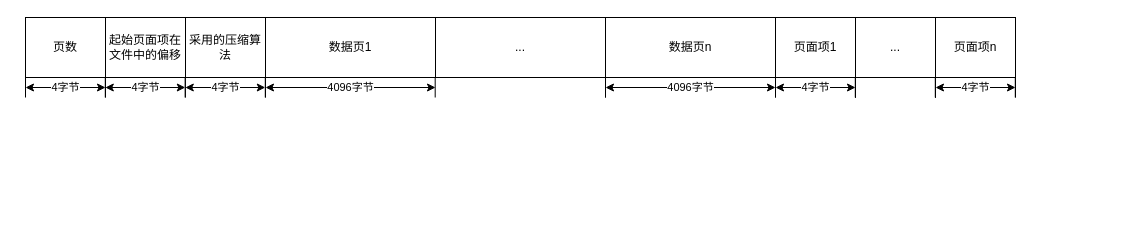
Earlier version of the draw.io diagram 支持透明压缩的文件格式.drawio (gokucai/drawio_repo). Source tidied: cells renumbered, new cells numbered last; positions are measured from the earlier drawing's top-left corner, leaving out a move shared by most shapes. Both pictures are drawn from the tidied source at 100%, with x=0, y=0 at pixel (25, 17).
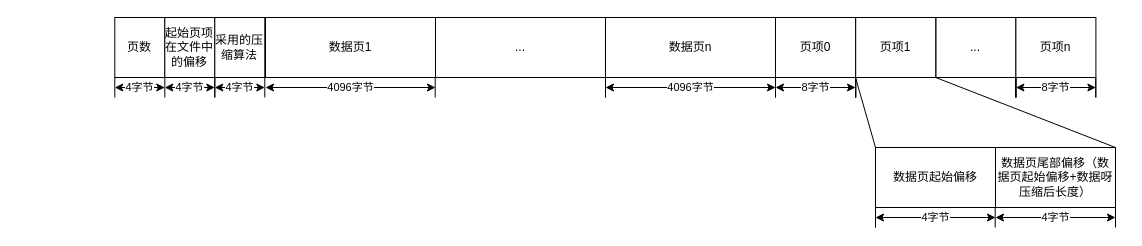
After the change.

Commit message (it also covers changes not shown here):
更新支持透明压缩的文件格式.drawio

Diff of the diagram source:
```diff
@@
     <mxCell id="2" value="页数" style="rounded=0;whiteSpace=wrap;html=1;" parent="1" vertex="1">
-      <mxGeometry width="80" height="60" as="geometry" />
+      <mxGeometry x="89.3" width="50" height="60" as="geometry" />
     </mxCell>
-    <mxCell id="3" value="起始页面项在&lt;br&gt;文件中的偏移" style="rounded=0;whiteSpace=wrap;html=1;" parent="1" vertex="1">
-      <mxGeometry x="80" width="80" height="60" as="geometry" />
-    </mxCell>
-    <mxCell id="4" value="采用的压缩算法" style="rounded=0;whiteSpace=wrap;html=1;" parent="1" vertex="1">
-      <mxGeometry x="160" width="80" height="60" as="geometry" />
-    </mxCell>
@@
     <mxCell id="6" style="endArrow=none;html=1;rounded=0;" parent="1" edge="1">
       <mxGeometry relative="1" as="geometry">
-        <mxPoint y="80" as="sourcePoint" />
-        <mxPoint y="60" as="targetPoint" />
+        <mxPoint x="89.3" y="80" as="sourcePoint" />
+        <mxPoint x="89.3" y="60" as="targetPoint" />
       </mxGeometry>
     </mxCell>
-    <mxCell id="7" style="endArrow=none;html=1;rounded=0;" parent="1" edge="1">
-      <mxGeometry relative="1" as="geometry">
-        <mxPoint x="80" y="80" as="sourcePoint" />
-        <mxPoint x="80" y="60" as="targetPoint" />
-      </mxGeometry>
-    </mxCell>
     <mxCell id="8" value="4字节" style="endArrow=classic;startArrow=classic;html=1;rounded=0;" parent="1" edge="1">
       <mxGeometry relative="1" as="geometry">
-        <mxPoint y="70" as="sourcePoint" />
-        <mxPoint x="80" y="70" as="targetPoint" />
+        <mxPoint x="89.3" y="70" as="sourcePoint" />
+        <mxPoint x="139.3" y="70" as="targetPoint" />
       </mxGeometry>
     </mxCell>
-    <mxCell id="9" style="endArrow=none;html=1;rounded=0;" parent="1" edge="1">
-      <mxGeometry relative="1" as="geometry">
-        <mxPoint x="240" y="80" as="sourcePoint" />
-        <mxPoint x="240" y="60" as="targetPoint" />
-      </mxGeometry>
-    </mxCell>
@@
-    <mxCell id="16" style="endArrow=none;html=1;rounded=0;" parent="1" edge="1">
-      <mxGeometry relative="1" as="geometry">
-        <mxPoint x="79.8" y="80" as="sourcePoint" />
-        <mxPoint x="79.8" y="60" as="targetPoint" />
-      </mxGeometry>
-    </mxCell>
-    <mxCell id="17" style="endArrow=none;html=1;rounded=0;" parent="1" edge="1">
-      <mxGeometry relative="1" as="geometry">
-        <mxPoint x="159.8" y="80" as="sourcePoint" />
-        <mxPoint x="159.8" y="60" as="targetPoint" />
-      </mxGeometry>
-    </mxCell>
-    <mxCell id="18" value="4字节" style="endArrow=classic;startArrow=classic;html=1;rounded=0;" parent="1" edge="1">
-      <mxGeometry relative="1" as="geometry">
-        <mxPoint x="79.8" y="70" as="sourcePoint" />
-        <mxPoint x="159.8" y="70" as="targetPoint" />
-      </mxGeometry>
-    </mxCell>
-    <mxCell id="19" style="endArrow=none;html=1;rounded=0;" parent="1" edge="1">
-      <mxGeometry relative="1" as="geometry">
-        <mxPoint x="159.8" y="80" as="sourcePoint" />
-        <mxPoint x="159.8" y="60" as="targetPoint" />
-      </mxGeometry>
-    </mxCell>
-    <mxCell id="20" style="endArrow=none;html=1;rounded=0;" parent="1" edge="1">
-      <mxGeometry relative="1" as="geometry">
-        <mxPoint x="239.8" y="80" as="sourcePoint" />
-        <mxPoint x="239.8" y="60" as="targetPoint" />
-      </mxGeometry>
-    </mxCell>
-    <mxCell id="21" value="4字节" style="endArrow=classic;startArrow=classic;html=1;rounded=0;" parent="1" edge="1">
-      <mxGeometry relative="1" as="geometry">
-        <mxPoint x="159.8" y="70" as="sourcePoint" />
-        <mxPoint x="239.8" y="70" as="targetPoint" />
-      </mxGeometry>
-    </mxCell>
@@
-    <mxCell id="24" value="页面项1" style="rounded=0;whiteSpace=wrap;html=1;" parent="1" vertex="1">
+    <mxCell id="24" value="页项0" style="rounded=0;whiteSpace=wrap;html=1;" parent="1" vertex="1">
       <mxGeometry x="750" width="80" height="60" as="geometry" />
     </mxCell>
@@
-    <mxCell id="26" style="endArrow=none;html=1;rounded=0;" parent="1" edge="1">
-      <mxGeometry relative="1" as="geometry">
-        <mxPoint x="830" y="80" as="sourcePoint" />
-        <mxPoint x="830" y="60" as="targetPoint" />
-      </mxGeometry>
-    </mxCell>
-    <mxCell id="27" value="4字节" style="endArrow=classic;startArrow=classic;html=1;rounded=0;" parent="1" edge="1">
+    <mxCell id="27" value="8字节" style="endArrow=classic;startArrow=classic;html=1;rounded=0;" parent="1" edge="1">
       <mxGeometry relative="1" as="geometry">
         <mxPoint x="750" y="70" as="sourcePoint" />
         <mxPoint x="830" y="70" as="targetPoint" />
       </mxGeometry>
     </mxCell>
-    <mxCell id="28" style="endArrow=none;html=1;rounded=0;" parent="1" edge="1">
-      <mxGeometry relative="1" as="geometry">
-        <mxPoint x="829.8" y="80" as="sourcePoint" />
-        <mxPoint x="829.8" y="60" as="targetPoint" />
-      </mxGeometry>
-    </mxCell>
-    <mxCell id="29" style="endArrow=none;html=1;rounded=0;" parent="1" edge="1">
-      <mxGeometry relative="1" as="geometry">
-        <mxPoint x="830" y="80" as="sourcePoint" />
-        <mxPoint x="830" y="60" as="targetPoint" />
-      </mxGeometry>
-    </mxCell>
     <mxCell id="30" value="..." style="rounded=0;whiteSpace=wrap;html=1;" parent="1" vertex="1">
-      <mxGeometry x="830" width="80" height="60" as="geometry" />
+      <mxGeometry x="910.4" width="80" height="60" as="geometry" />
     </mxCell>
-    <mxCell id="31" style="endArrow=none;html=1;rounded=0;" parent="1" edge="1">
-      <mxGeometry relative="1" as="geometry">
-        <mxPoint x="830" y="80" as="sourcePoint" />
-        <mxPoint x="830" y="60" as="targetPoint" />
-      </mxGeometry>
-    </mxCell>
     <mxCell id="32" style="endArrow=none;html=1;rounded=0;" parent="1" edge="1">
       <mxGeometry relative="1" as="geometry">
-        <mxPoint x="910" y="80" as="sourcePoint" />
-        <mxPoint x="910" y="60" as="targetPoint" />
+        <mxPoint x="990.4" y="80" as="sourcePoint" />
+        <mxPoint x="990.4" y="60" as="targetPoint" />
       </mxGeometry>
     </mxCell>
     <mxCell id="33" style="endArrow=none;html=1;rounded=0;" parent="1" edge="1">
       <mxGeometry relative="1" as="geometry">
-        <mxPoint x="909.8" y="80" as="sourcePoint" />
-        <mxPoint x="909.8" y="60" as="targetPoint" />
+        <mxPoint x="990.2" y="80" as="sourcePoint" />
+        <mxPoint x="990.2" y="60" as="targetPoint" />
       </mxGeometry>
     </mxCell>
     <mxCell id="34" style="endArrow=none;html=1;rounded=0;" parent="1" edge="1">
       <mxGeometry relative="1" as="geometry">
-        <mxPoint x="910" y="80" as="sourcePoint" />
-        <mxPoint x="910" y="60" as="targetPoint" />
+        <mxPoint x="990.4" y="80" as="sourcePoint" />
+        <mxPoint x="990.4" y="60" as="targetPoint" />
       </mxGeometry>
     </mxCell>
-    <mxCell id="35" value="页面项n" style="rounded=0;whiteSpace=wrap;html=1;" parent="1" vertex="1">
-      <mxGeometry x="910" width="80" height="60" as="geometry" />
+    <mxCell id="35" value="页项n" style="rounded=0;whiteSpace=wrap;html=1;" parent="1" vertex="1">
+      <mxGeometry x="990.4" width="80" height="60" as="geometry" />
     </mxCell>
     <mxCell id="36" style="endArrow=none;html=1;rounded=0;" parent="1" edge="1">
       <mxGeometry relative="1" as="geometry">
-        <mxPoint x="910" y="80" as="sourcePoint" />
-        <mxPoint x="910" y="60" as="targetPoint" />
+        <mxPoint x="990.4" y="80" as="sourcePoint" />
+        <mxPoint x="990.4" y="60" as="targetPoint" />
       </mxGeometry>
     </mxCell>
     <mxCell id="37" style="endArrow=none;html=1;rounded=0;" parent="1" edge="1">
       <mxGeometry relative="1" as="geometry">
-        <mxPoint x="990" y="80" as="sourcePoint" />
-        <mxPoint x="990" y="60" as="targetPoint" />
+        <mxPoint x="1070.4" y="80" as="sourcePoint" />
+        <mxPoint x="1070.4" y="60" as="targetPoint" />
       </mxGeometry>
     </mxCell>
-    <mxCell id="38" value="4字节" style="endArrow=classic;startArrow=classic;html=1;rounded=0;" parent="1" edge="1">
+    <mxCell id="38" value="8字节" style="endArrow=classic;startArrow=classic;html=1;rounded=0;" parent="1" edge="1">
       <mxGeometry relative="1" as="geometry">
-        <mxPoint x="910" y="70" as="sourcePoint" />
-        <mxPoint x="990" y="70" as="targetPoint" />
+        <mxPoint x="990.4" y="70" as="sourcePoint" />
+        <mxPoint x="1070.4" y="70" as="targetPoint" />
       </mxGeometry>
     </mxCell>
     <mxCell id="39" style="endArrow=none;html=1;rounded=0;" parent="1" edge="1">
       <mxGeometry relative="1" as="geometry">
-        <mxPoint x="989.8" y="80" as="sourcePoint" />
-        <mxPoint x="989.8" y="60" as="targetPoint" />
+        <mxPoint x="1070.2" y="80" as="sourcePoint" />
+        <mxPoint x="1070.2" y="60" as="targetPoint" />
       </mxGeometry>
     </mxCell>
+    <mxCell id="40" style="endArrow=none;html=1;rounded=0;" parent="1" edge="1">
+      <mxGeometry relative="1" as="geometry">
+        <mxPoint x="830.2" y="80" as="sourcePoint" />
+        <mxPoint x="830.2" y="60" as="targetPoint" />
+      </mxGeometry>
+    </mxCell>
+    <mxCell id="41" style="endArrow=none;html=1;rounded=0;" parent="1" edge="1">
+      <mxGeometry relative="1" as="geometry">
+        <mxPoint x="830" y="80" as="sourcePoint" />
+        <mxPoint x="830" y="60" as="targetPoint" />
+      </mxGeometry>
+    </mxCell>
+    <mxCell id="42" style="endArrow=none;html=1;rounded=0;" parent="1" edge="1">
+      <mxGeometry relative="1" as="geometry">
+        <mxPoint x="830.2" y="80" as="sourcePoint" />
+        <mxPoint x="830.2" y="60" as="targetPoint" />
+      </mxGeometry>
+    </mxCell>
+    <mxCell id="43" value="页项1" style="rounded=0;whiteSpace=wrap;html=1;" parent="1" vertex="1">
+      <mxGeometry x="830.2" width="80" height="60" as="geometry" />
+    </mxCell>
+    <mxCell id="44" style="endArrow=none;html=1;rounded=0;" parent="1" edge="1">
+      <mxGeometry relative="1" as="geometry">
+        <mxPoint x="830.2" y="80" as="sourcePoint" />
+        <mxPoint x="830.2" y="60" as="targetPoint" />
+      </mxGeometry>
+    </mxCell>
+    <mxCell id="45" style="endArrow=none;html=1;rounded=0;exitX=0;exitY=0;exitDx=0;exitDy=0;" parent="1" edge="1" source="46">
+      <mxGeometry relative="1" as="geometry">
+        <mxPoint x="830" y="60" as="targetPoint" />
+      </mxGeometry>
+    </mxCell>
+    <mxCell id="46" value="数据页起始偏移" style="rounded=0;whiteSpace=wrap;html=1;" parent="1" vertex="1">
+      <mxGeometry x="850" y="130" width="120" height="60" as="geometry" />
+    </mxCell>
+    <mxCell id="47" value="数据页尾部偏移（数据页起始偏移+数据呀压缩后长度）" style="rounded=0;whiteSpace=wrap;html=1;" parent="1" vertex="1">
+      <mxGeometry x="970" y="130" width="120" height="60" as="geometry" />
+    </mxCell>
+    <mxCell id="48" value="起始页项在文件中的偏移" style="rounded=0;whiteSpace=wrap;html=1;" parent="1" vertex="1">
+      <mxGeometry x="139.3" width="50" height="60" as="geometry" />
+    </mxCell>
+    <mxCell id="49" style="endArrow=none;html=1;rounded=0;" parent="1" edge="1">
+      <mxGeometry relative="1" as="geometry">
+        <mxPoint x="139.3" y="80" as="sourcePoint" />
+        <mxPoint x="139.3" y="60" as="targetPoint" />
+      </mxGeometry>
+    </mxCell>
+    <mxCell id="50" value="4字节" style="endArrow=classic;startArrow=classic;html=1;rounded=0;" parent="1" edge="1">
+      <mxGeometry relative="1" as="geometry">
+        <mxPoint x="139.3" y="70" as="sourcePoint" />
+        <mxPoint x="189.3" y="70" as="targetPoint" />
+      </mxGeometry>
+    </mxCell>
+    <mxCell id="51" style="endArrow=none;html=1;rounded=0;" parent="1" edge="1">
+      <mxGeometry relative="1" as="geometry">
+        <mxPoint x="189.3" y="80" as="sourcePoint" />
+        <mxPoint x="189.3" y="60" as="targetPoint" />
+      </mxGeometry>
+    </mxCell>
+    <mxCell id="4" value="采用的压缩算法" style="rounded=0;whiteSpace=wrap;html=1;" parent="1" vertex="1">
+      <mxGeometry x="189.3" width="50" height="60" as="geometry" />
+    </mxCell>
+    <mxCell id="52" style="endArrow=none;html=1;rounded=0;" parent="1" edge="1">
+      <mxGeometry relative="1" as="geometry">
+        <mxPoint x="189.3" y="80" as="sourcePoint" />
+        <mxPoint x="189.3" y="60" as="targetPoint" />
+      </mxGeometry>
+    </mxCell>
+    <mxCell id="53" value="4字节" style="endArrow=classic;startArrow=classic;html=1;rounded=0;" parent="1" edge="1">
+      <mxGeometry relative="1" as="geometry">
+        <mxPoint x="189.3" y="70" as="sourcePoint" />
+        <mxPoint x="239.3" y="70" as="targetPoint" />
+      </mxGeometry>
+    </mxCell>
+    <mxCell id="54" style="endArrow=none;html=1;rounded=0;" parent="1" edge="1">
+      <mxGeometry relative="1" as="geometry">
+        <mxPoint x="239.3" y="80" as="sourcePoint" />
+        <mxPoint x="239.3" y="60" as="targetPoint" />
+      </mxGeometry>
+    </mxCell>
+    <mxCell id="55" style="endArrow=none;html=1;rounded=0;exitX=1;exitY=0;exitDx=0;exitDy=0;entryX=1;entryY=1;entryDx=0;entryDy=0;" parent="1" edge="1" source="47" target="43">
+      <mxGeometry relative="1" as="geometry" />
+    </mxCell>
+    <mxCell id="56" style="endArrow=none;html=1;rounded=0;" parent="1" edge="1">
+      <mxGeometry relative="1" as="geometry">
+        <mxPoint x="850" y="210" as="sourcePoint" />
+        <mxPoint x="850" y="190" as="targetPoint" />
+      </mxGeometry>
+    </mxCell>
+    <mxCell id="57" style="endArrow=none;html=1;rounded=0;" parent="1" edge="1">
+      <mxGeometry relative="1" as="geometry">
+        <mxPoint x="850" y="210" as="sourcePoint" />
+        <mxPoint x="850" y="190" as="targetPoint" />
+      </mxGeometry>
+    </mxCell>
+    <mxCell id="58" value="4字节" style="endArrow=classic;startArrow=classic;html=1;rounded=0;" parent="1" edge="1">
+      <mxGeometry relative="1" as="geometry">
+        <mxPoint x="850" y="200" as="sourcePoint" />
+        <mxPoint x="970" y="200" as="targetPoint" />
+      </mxGeometry>
+    </mxCell>
+    <mxCell id="59" style="endArrow=none;html=1;rounded=0;" parent="1" edge="1">
+      <mxGeometry relative="1" as="geometry">
+        <mxPoint x="1090" y="210" as="sourcePoint" />
+        <mxPoint x="1090" y="190" as="targetPoint" />
+      </mxGeometry>
+    </mxCell>
+    <mxCell id="60" style="endArrow=none;html=1;rounded=0;" parent="1" edge="1">
+      <mxGeometry relative="1" as="geometry">
+        <mxPoint x="969.7" y="210" as="sourcePoint" />
+        <mxPoint x="969.7" y="190" as="targetPoint" />
+      </mxGeometry>
+    </mxCell>
+    <mxCell id="61" value="4字节" style="endArrow=classic;startArrow=classic;html=1;rounded=0;" parent="1" edge="1">
+      <mxGeometry relative="1" as="geometry">
+        <mxPoint x="970" y="200" as="sourcePoint" />
+        <mxPoint x="1090" y="200" as="targetPoint" />
+      </mxGeometry>
+    </mxCell>
```
